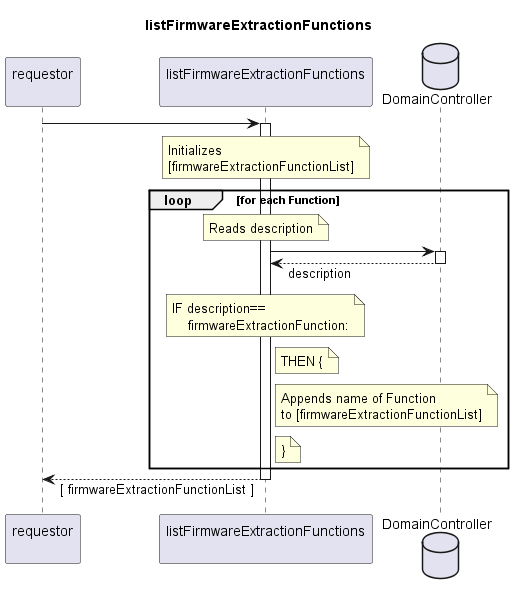
The PlantUML diagram spec/Services/listFirmwareExtractionFunctions/1.0.0/listFirmwareExtractionFunctions.png in openBackhaul/FirmWareManager, before a commit.
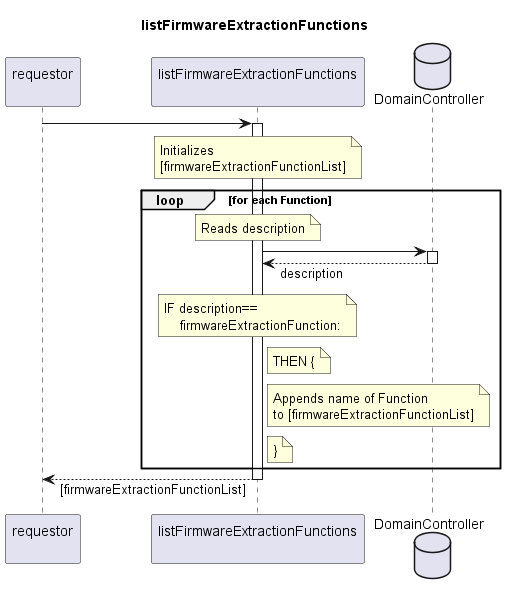
Later version of the same file.

Diff of the diagram source:
```diff
@@ -41,7 +41,7 @@
     end note
   end loop
 
-requestor <-- indServ: [ firmwareExtractionFunctionList ]
+requestor <-- indServ: [firmwareExtractionFunctionList]
 deactivate indServ
 
 @enduml
```
